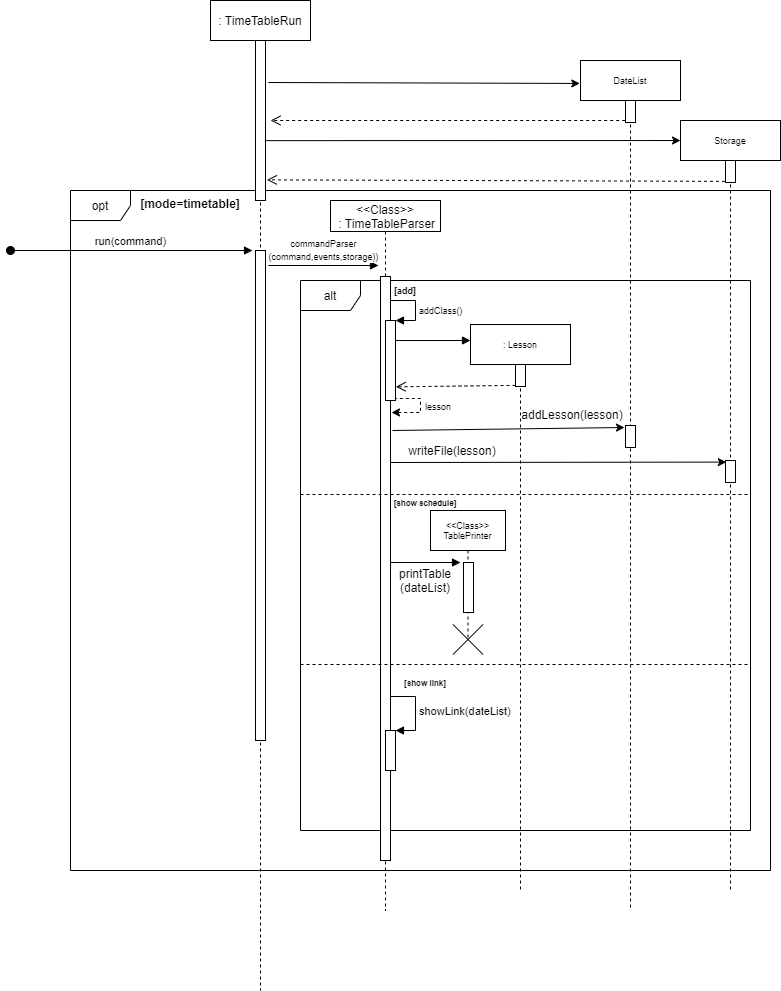
nus-cs2113-AY2021S1/tp keeps this draw.io diagram as docs/Images/timetable_sequence diagram.png. Above is the earlier version. Source tidied: cells renumbered, new cells last; positions are measured from the earlier drawing's top-left corner, leaving out a move shared by most shapes.
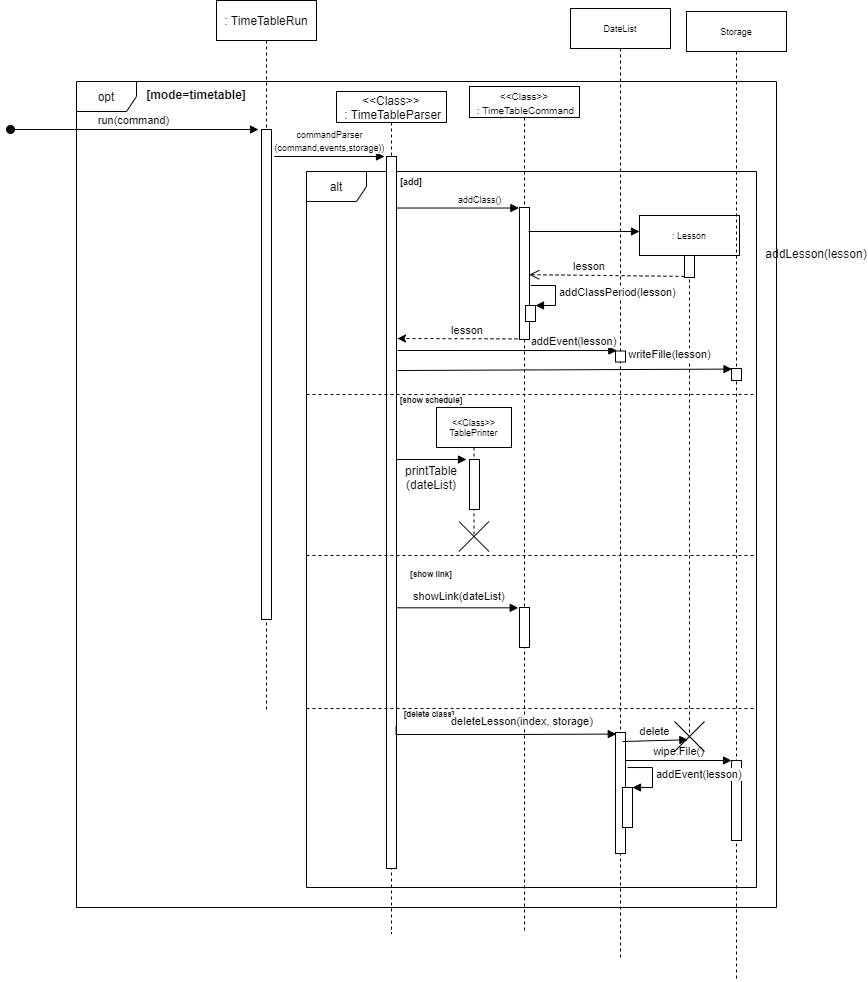
The same diagram one commit later.

Diff of the diagram source:
```diff
@@ -3,33 +3,33 @@
     <mxCell id="0" />
     <mxCell id="1" parent="0" />
     <mxCell id="2" value="opt" style="shape=umlFrame;whiteSpace=wrap;html=1;" parent="1" vertex="1">
-      <mxGeometry x="60" y="190" width="700" height="680" as="geometry" />
+      <mxGeometry x="60" y="190" width="700" height="826" as="geometry" />
     </mxCell>
+    <mxCell id="46" value="&lt;font style=&quot;font-size: 10px&quot;&gt;&amp;lt;&amp;lt;Class&amp;gt;&amp;gt;&lt;br&gt;&amp;nbsp;: TimeTableCommand&lt;/font&gt;" style="shape=umlLifeline;perimeter=lifelinePerimeter;whiteSpace=wrap;html=1;size=31;" parent="1" vertex="1">
+      <mxGeometry x="453" y="195" width="110" height="846" as="geometry" />
+    </mxCell>
     <mxCell id="3" value="alt" style="shape=umlFrame;whiteSpace=wrap;html=1;" parent="1" vertex="1">
-      <mxGeometry x="290" y="280" width="450" height="550" as="geometry" />
+      <mxGeometry x="290" y="280" width="450" height="716" as="geometry" />
     </mxCell>
     <mxCell id="4" value="[mode=timetable]" style="text;align=center;fontStyle=1;verticalAlign=middle;spacingLeft=3;spacingRight=3;strokeColor=none;" parent="1" vertex="1">
       <mxGeometry x="140" y="190" width="80" height="26" as="geometry" />
     </mxCell>
     <mxCell id="5" value=": TimeTableRun" style="shape=umlLifeline;perimeter=lifelinePerimeter;whiteSpace=wrap;html=1;" parent="1" vertex="1">
-      <mxGeometry x="200" width="100" height="990" as="geometry" />
+      <mxGeometry x="200" y="109" width="100" height="712" as="geometry" />
     </mxCell>
     <mxCell id="6" style="html=1;points=[];perimeter=orthogonalPerimeter;" parent="5" vertex="1">
-      <mxGeometry x="45" y="250" width="10" height="490" as="geometry" />
+      <mxGeometry x="45" y="129" width="10" height="490" as="geometry" />
     </mxCell>
     <mxCell id="7" value="run(command)" style="html=1;verticalAlign=bottom;startArrow=oval;endArrow=block;startSize=8;entryX=-0.3;entryY=0;entryDx=0;entryDy=0;entryPerimeter=0;" parent="5" edge="1" target="6">
       <mxGeometry x="-0.01" relative="1" as="geometry">
-        <mxPoint x="-200" y="250" as="sourcePoint" />
+        <mxPoint x="-206" y="129" as="sourcePoint" />
       </mxGeometry>
     </mxCell>
-    <mxCell id="8" style="html=1;points=[];perimeter=orthogonalPerimeter;" parent="5" vertex="1">
-      <mxGeometry x="45" y="40" width="10" height="160" as="geometry" />
-    </mxCell>
     <mxCell id="9" value="&amp;lt;&amp;lt;Class&amp;gt;&amp;gt;&lt;br&gt;&amp;nbsp;: TimeTableParser" style="shape=umlLifeline;perimeter=lifelinePerimeter;whiteSpace=wrap;html=1;size=31;" parent="1" vertex="1">
-      <mxGeometry x="320" y="200" width="110" height="710" as="geometry" />
+      <mxGeometry x="320" y="200" width="110" height="842" as="geometry" />
     </mxCell>
     <mxCell id="10" style="html=1;points=[];perimeter=orthogonalPerimeter;" parent="9" vertex="1">
-      <mxGeometry x="50" y="76" width="10" height="584" as="geometry" />
+      <mxGeometry x="50" y="65" width="10" height="712" as="geometry" />
     </mxCell>
     <mxCell id="11" value="&lt;font style=&quot;font-size: 9px&quot;&gt;commandParser&lt;br&gt;(command,events,storage))&lt;/font&gt;" style="html=1;verticalAlign=bottom;endArrow=block;entryX=0;entryY=0;" parent="1" edge="1">
       <mxGeometry relative="1" as="geometry">
@@ -38,53 +38,44 @@
       </mxGeometry>
     </mxCell>
     <mxCell id="12" style="line;strokeWidth=1;fillColor=none;align=left;verticalAlign=middle;spacingTop=-1;spacingLeft=3;spacingRight=3;labelPosition=right;dashed=1;" parent="1" vertex="1">
-      <mxGeometry x="290" y="490" width="450" height="8" as="geometry" />
+      <mxGeometry x="290" y="499" width="450" height="8" as="geometry" />
     </mxCell>
     <mxCell id="13" value="[add]" style="text;align=center;fontStyle=1;verticalAlign=middle;spacingLeft=3;spacingRight=3;strokeColor=none;fontSize=9;" parent="1" vertex="1">
       <mxGeometry x="355" y="277" width="80" height="26" as="geometry" />
     </mxCell>
     <mxCell id="14" value="[show schedule]" style="text;align=center;fontStyle=1;verticalAlign=middle;spacingLeft=3;spacingRight=3;strokeColor=none;fontSize=8;" parent="1" vertex="1">
-      <mxGeometry x="375" y="490" width="80" height="26" as="geometry" />
+      <mxGeometry x="375" y="496" width="80" height="26" as="geometry" />
     </mxCell>
-    <mxCell id="15" style="html=1;points=[];perimeter=orthogonalPerimeter;fontSize=9;" parent="1" vertex="1">
-      <mxGeometry x="375" y="320" width="10" height="80" as="geometry" />
-    </mxCell>
-    <mxCell id="16" value="addClass()" style="edgeStyle=orthogonalEdgeStyle;html=1;align=left;spacingLeft=2;endArrow=block;rounded=0;entryX=1;entryY=0;fontSize=9;" parent="1" edge="1" target="15">
-      <mxGeometry x="0.2" relative="1" as="geometry">
+    <mxCell id="16" value="addClass()" style="edgeStyle=orthogonalEdgeStyle;html=1;align=left;spacingLeft=2;endArrow=block;rounded=0;entryX=-0.059;entryY=0.004;fontSize=9;entryDx=0;entryDy=0;entryPerimeter=0;" parent="1" edge="1" target="15">
+      <mxGeometry x="0.14" y="9" relative="1" as="geometry">
         <mxPoint x="380" y="290" as="sourcePoint" />
         <Array as="points">
-          <mxPoint x="380" y="300" />
-          <mxPoint x="405" y="300" />
-          <mxPoint x="405" y="320" />
+          <mxPoint x="380" y="316" />
         </Array>
       </mxGeometry>
     </mxCell>
     <mxCell id="17" value=": Lesson" style="shape=umlLifeline;perimeter=lifelinePerimeter;whiteSpace=wrap;html=1;fontSize=9;" parent="1" vertex="1">
-      <mxGeometry x="460" y="324" width="100" height="566" as="geometry" />
+      <mxGeometry x="623" y="324" width="100" height="517" as="geometry" />
     </mxCell>
     <mxCell id="18" style="html=1;points=[];perimeter=orthogonalPerimeter;fontSize=9;" parent="17" vertex="1">
       <mxGeometry x="45" y="40" width="10" height="22" as="geometry" />
     </mxCell>
-    <mxCell id="19" style="html=1;verticalAlign=bottom;endArrow=block;fontSize=9;" parent="1" edge="1">
-      <mxGeometry relative="1" as="geometry">
-        <mxPoint x="385" y="340" as="sourcePoint" />
-        <mxPoint x="460" y="340" as="targetPoint" />
-      </mxGeometry>
-    </mxCell>
-    <mxCell id="20" style="html=1;verticalAlign=bottom;endArrow=open;dashed=1;endSize=8;exitX=0;exitY=0.95;fontSize=9;entryX=1.033;entryY=0.829;entryDx=0;entryDy=0;entryPerimeter=0;" parent="1" edge="1" source="18" target="15">
+    <mxCell id="20" style="html=1;verticalAlign=bottom;endArrow=open;dashed=1;endSize=8;exitX=0;exitY=0.95;fontSize=9;entryX=0.976;entryY=0.509;entryDx=0;entryDy=0;entryPerimeter=0;" parent="1" edge="1" source="18" target="15">
       <mxGeometry relative="1" as="geometry" />
     </mxCell>
     <mxCell id="21" value="&amp;lt;&amp;lt;Class&amp;gt;&amp;gt;&lt;br&gt;TablePrinter" style="shape=umlLifeline;perimeter=lifelinePerimeter;whiteSpace=wrap;html=1;fontSize=9;" parent="1" vertex="1">
-      <mxGeometry x="420" y="510" width="75" height="127" as="geometry" />
+      <mxGeometry x="420" y="516" width="75" height="127" as="geometry" />
     </mxCell>
     <mxCell id="22" style="html=1;points=[];perimeter=orthogonalPerimeter;" parent="21" vertex="1">
       <mxGeometry x="33" y="52" width="10" height="50" as="geometry" />
     </mxCell>
     <mxCell id="23" style="shape=umlDestroy;" parent="1" vertex="1">
-      <mxGeometry x="442.5" y="624" width="30" height="30" as="geometry" />
+      <mxGeometry x="442.5" y="630" width="30" height="30" as="geometry" />
     </mxCell>
-    <mxCell id="24" style="html=1;verticalAlign=bottom;endArrow=block;fontSize=9;entryX=-0.3;entryY=0;entryDx=0;entryDy=0;entryPerimeter=0;" parent="1" edge="1" source="10" target="22">
-      <mxGeometry relative="1" as="geometry" />
+    <mxCell id="24" style="html=1;verticalAlign=bottom;endArrow=block;fontSize=9;entryX=-0.3;entryY=0;entryDx=0;entryDy=0;entryPerimeter=0;" parent="1" edge="1" target="22">
+      <mxGeometry relative="1" as="geometry">
+        <mxPoint x="380" y="568" as="sourcePoint" />
+      </mxGeometry>
     </mxCell>
     <mxCell id="25" style="line;strokeWidth=1;fillColor=none;align=left;verticalAlign=middle;spacingTop=-1;spacingLeft=3;spacingRight=3;labelPosition=right;dashed=1;" parent="1" vertex="1">
       <mxGeometry x="290" y="660" width="450" height="8" as="geometry" />
@@ -93,85 +84,121 @@
       <mxGeometry x="375" y="670" width="80" height="26" as="geometry" />
     </mxCell>
     <mxCell id="27" value="DateList" style="shape=umlLifeline;perimeter=lifelinePerimeter;whiteSpace=wrap;html=1;outlineConnect=0;fontSize=9;" parent="1" vertex="1">
-      <mxGeometry x="570" y="60" width="100" height="850" as="geometry" />
+      <mxGeometry x="554" y="117" width="100" height="950" as="geometry" />
     </mxCell>
-    <mxCell id="28" style="html=1;perimeter=orthogonalPerimeter;fontSize=9;" parent="27" vertex="1">
-      <mxGeometry x="45" y="40" width="10" height="22" as="geometry" />
-    </mxCell>
     <mxCell id="29" style="html=1;points=[];perimeter=orthogonalPerimeter;fontSize=9;" parent="27" vertex="1">
-      <mxGeometry x="45" y="365" width="10" height="22" as="geometry" />
+      <mxGeometry x="45" y="342.5" width="10" height="11" as="geometry" />
     </mxCell>
+    <mxCell id="47" style="html=1;points=[];perimeter=orthogonalPerimeter;" parent="27" vertex="1">
+      <mxGeometry x="45" y="724" width="10" height="121" as="geometry" />
+    </mxCell>
     <mxCell id="30" style="endArrow=classic;html=1;exitX=1;exitY=0.996;exitDx=0;exitDy=0;exitPerimeter=0;rounded=0;edgeStyle=orthogonalEdgeStyle;dashed=1;" parent="1" edge="1" source="15">
       <mxGeometry relative="1" as="geometry">
-        <mxPoint x="381" y="412" as="targetPoint" />
+        <mxPoint x="381" y="447" as="targetPoint" />
         <Array as="points">
-          <mxPoint x="385" y="398" />
-          <mxPoint x="410" y="398" />
-          <mxPoint x="410" y="412" />
+          <mxPoint x="381" y="447" />
         </Array>
       </mxGeometry>
     </mxCell>
-    <mxCell id="31" value="&lt;font style=&quot;font-size: 9px&quot;&gt;lesson&lt;/font&gt;" style="text;html=1;strokeColor=none;fillColor=none;align=center;verticalAlign=middle;whiteSpace=wrap;rounded=0;" parent="1" vertex="1">
-      <mxGeometry x="412.5" y="400" width="30" height="10" as="geometry" />
-    </mxCell>
-    <mxCell id="32" style="endArrow=classic;html=1;" parent="1" edge="1">
-      <mxGeometry relative="1" as="geometry">
-        <mxPoint x="382" y="430" as="sourcePoint" />
-        <mxPoint x="614" y="427" as="targetPoint" />
-      </mxGeometry>
-    </mxCell>
     <mxCell id="33" value="Storage" style="shape=umlLifeline;perimeter=lifelinePerimeter;whiteSpace=wrap;html=1;outlineConnect=0;fontSize=9;" parent="1" vertex="1">
-      <mxGeometry x="670" y="120" width="100" height="770" as="geometry" />
+      <mxGeometry x="670" y="120" width="100" height="970" as="geometry" />
     </mxCell>
-    <mxCell id="34" style="html=1;points=[];perimeter=orthogonalPerimeter;fontSize=9;" parent="33" vertex="1">
-      <mxGeometry x="45" y="40" width="10" height="22" as="geometry" />
-    </mxCell>
     <mxCell id="35" style="html=1;points=[];perimeter=orthogonalPerimeter;fontSize=9;" parent="33" vertex="1">
-      <mxGeometry x="45" y="340" width="10" height="22" as="geometry" />
+      <mxGeometry x="45" y="357" width="10" height="12" as="geometry" />
     </mxCell>
-    <mxCell id="36" style="endArrow=classic;html=1;entryX=0.08;entryY=0.073;entryDx=0;entryDy=0;entryPerimeter=0;" parent="1" edge="1" target="35">
-      <mxGeometry relative="1" as="geometry">
-        <mxPoint x="380" y="462" as="sourcePoint" />
-      </mxGeometry>
-    </mxCell>
+    <mxCell id="48" style="html=1;points=[];perimeter=orthogonalPerimeter;fontSize=11;" parent="33" vertex="1">
+      <mxGeometry x="45" y="749" width="10" height="80" as="geometry" />
+    </mxCell>
     <mxCell id="37" value="addLesson(lesson)" style="text;html=1;strokeColor=none;fillColor=none;align=center;verticalAlign=middle;whiteSpace=wrap;rounded=0;" parent="1" vertex="1">
-      <mxGeometry x="542" y="404" width="40" height="20" as="geometry" />
+      <mxGeometry x="780" y="352" width="40" height="20" as="geometry" />
     </mxCell>
-    <mxCell id="38" value="writeFile(lesson)" style="text;html=1;strokeColor=none;fillColor=none;align=center;verticalAlign=middle;whiteSpace=wrap;rounded=0;" parent="1" vertex="1">
-      <mxGeometry x="421.5" y="440" width="40" height="20" as="geometry" />
-    </mxCell>
     <mxCell id="39" style="html=1;points=[];perimeter=orthogonalPerimeter;" parent="1" vertex="1">
-      <mxGeometry x="375" y="730" width="10" height="40" as="geometry" />
+      <mxGeometry x="503" y="716" width="10" height="40" as="geometry" />
     </mxCell>
-    <mxCell id="40" value="showLink(dateList)" style="edgeStyle=orthogonalEdgeStyle;html=1;align=left;spacingLeft=2;endArrow=block;rounded=0;entryX=1;entryY=0;" parent="1" edge="1" target="39">
-      <mxGeometry relative="1" as="geometry">
+    <mxCell id="40" value="showLink(dateList)" style="edgeStyle=orthogonalEdgeStyle;html=1;align=left;spacingLeft=2;endArrow=block;rounded=0;entryX=-0.128;entryY=0.008;entryDx=0;entryDy=0;entryPerimeter=0;" parent="1" edge="1" target="39">
+      <mxGeometry x="-0.53" y="11" relative="1" as="geometry">
         <mxPoint x="380" y="696" as="sourcePoint" />
         <Array as="points">
-          <mxPoint x="405" y="696" />
+          <mxPoint x="380" y="716" />
         </Array>
       </mxGeometry>
     </mxCell>
-    <mxCell id="41" style="endArrow=classic;html=1;entryX=-0.007;entryY=0.027;entryDx=0;entryDy=0;entryPerimeter=0;" parent="1" edge="1" target="27">
-      <mxGeometry relative="1" as="geometry">
-        <mxPoint x="258" y="82" as="sourcePoint" />
-      </mxGeometry>
-    </mxCell>
-    <mxCell id="42" style="html=1;verticalAlign=bottom;endArrow=open;dashed=1;endSize=8;exitX=0;exitY=0.95;fontSize=9;" parent="1" edge="1">
-      <mxGeometry relative="1" as="geometry">
-        <mxPoint x="614.7" y="120" as="sourcePoint" />
-        <mxPoint x="260" y="120" as="targetPoint" />
-      </mxGeometry>
-    </mxCell>
-    <mxCell id="43" style="endArrow=classic;html=1;entryX=0;entryY=0.026;entryDx=0;entryDy=0;entryPerimeter=0;" parent="1" edge="1" target="33">
-      <mxGeometry relative="1" as="geometry">
-        <mxPoint x="254.3" y="140.1" as="sourcePoint" />
-      </mxGeometry>
-    </mxCell>
-    <mxCell id="44" style="html=1;verticalAlign=bottom;endArrow=open;dashed=1;endSize=8;exitX=-0.048;exitY=0.948;fontSize=9;entryX=1.143;entryY=0.871;entryDx=0;entryDy=0;entryPerimeter=0;exitDx=0;exitDy=0;exitPerimeter=0;" parent="1" edge="1" source="34" target="8">
-      <mxGeometry relative="1" as="geometry" />
-    </mxCell>
     <mxCell id="45" value="printTable&lt;br&gt;(dateList)" style="text;html=1;strokeColor=none;fillColor=none;align=center;verticalAlign=middle;whiteSpace=wrap;rounded=0;" parent="1" vertex="1">
-      <mxGeometry x="395" y="570" width="40" height="20" as="geometry" />
+      <mxGeometry x="395" y="576" width="40" height="20" as="geometry" />
     </mxCell>
+    <mxCell id="15" style="html=1;points=[];perimeter=orthogonalPerimeter;fontSize=9;" parent="1" vertex="1">
+      <mxGeometry x="503" y="316" width="10" height="132" as="geometry" />
+    </mxCell>
+    <mxCell id="49" style="html=1;verticalAlign=bottom;endArrow=block;fontSize=9;" parent="1" edge="1">
+      <mxGeometry relative="1" as="geometry">
+        <mxPoint x="512" y="340" as="sourcePoint" />
+        <mxPoint x="623" y="340" as="targetPoint" />
+      </mxGeometry>
+    </mxCell>
+    <mxCell id="50" style="html=1;points=[];perimeter=orthogonalPerimeter;" parent="1" vertex="1">
+      <mxGeometry x="509" y="414" width="10" height="16" as="geometry" />
+    </mxCell>
+    <mxCell id="51" value="addClassPeriod(lesson)" style="edgeStyle=orthogonalEdgeStyle;html=1;align=left;spacingLeft=2;endArrow=block;rounded=0;entryX=1;entryY=0;" parent="1" edge="1" target="50">
+      <mxGeometry relative="1" as="geometry">
+        <mxPoint x="514" y="394" as="sourcePoint" />
+        <Array as="points">
+          <mxPoint x="539" y="394" />
+        </Array>
+      </mxGeometry>
+    </mxCell>
+    <mxCell id="52" value="lesson" style="text;align=center;fontStyle=0;verticalAlign=middle;spacingLeft=3;spacingRight=3;strokeColor=none;fontSize=11;" parent="1" vertex="1">
+      <mxGeometry x="533" y="361" width="80" height="26" as="geometry" />
+    </mxCell>
+    <mxCell id="53" value="lesson" style="text;align=center;fontStyle=0;verticalAlign=middle;spacingLeft=3;spacingRight=3;strokeColor=none;fontSize=11;" parent="1" vertex="1">
+      <mxGeometry x="411" y="425" width="80" height="26" as="geometry" />
+    </mxCell>
+    <mxCell id="54" value="addEvent(lesson)" style="html=1;verticalAlign=bottom;endArrow=block;fontSize=11;entryX=0.134;entryY=-0.041;entryDx=0;entryDy=0;entryPerimeter=0;" parent="1" edge="1" target="29">
+      <mxGeometry x="0.6" relative="1" as="geometry">
+        <mxPoint x="381" y="459" as="sourcePoint" />
+      </mxGeometry>
+    </mxCell>
+    <mxCell id="55" value="writeFille(lesson)" style="html=1;verticalAlign=bottom;endArrow=block;fontSize=11;entryX=0.052;entryY=0.049;entryDx=0;entryDy=0;entryPerimeter=0;" parent="1" edge="1" target="35">
+      <mxGeometry x="0.63" y="6" relative="1" as="geometry">
+        <mxPoint x="381" y="479" as="sourcePoint" />
+      </mxGeometry>
+    </mxCell>
+    <mxCell id="56" style="line;strokeWidth=1;fillColor=none;align=left;verticalAlign=middle;spacingTop=-1;spacingLeft=3;spacingRight=3;labelPosition=right;dashed=1;" parent="1" vertex="1">
+      <mxGeometry x="290" y="813" width="450" height="8" as="geometry" />
+    </mxCell>
+    <mxCell id="57" value="[delete class]" style="text;align=center;fontStyle=1;verticalAlign=middle;spacingLeft=3;spacingRight=3;strokeColor=none;fontSize=8;" parent="1" vertex="1">
+      <mxGeometry x="373" y="810" width="80" height="26" as="geometry" />
+    </mxCell>
+    <mxCell id="58" value="deleteLesson(index, storage)" style="edgeStyle=orthogonalEdgeStyle;html=1;align=left;spacingLeft=2;endArrow=block;rounded=0;entryX=0.079;entryY=0.032;entryDx=0;entryDy=0;entryPerimeter=0;exitX=0.956;exitY=0.816;exitDx=0;exitDy=0;exitPerimeter=0;" parent="1" edge="1">
+      <mxGeometry x="-0.48" y="13" relative="1" as="geometry">
+        <mxPoint x="379.6" y="835" as="sourcePoint" />
+        <mxPoint x="599.8" y="842.6" as="targetPoint" />
+        <Array as="points">
+          <mxPoint x="380" y="843" />
+          <mxPoint x="490" y="843" />
+        </Array>
+      </mxGeometry>
+    </mxCell>
+    <mxCell id="59" value="wipe.File()" style="html=1;verticalAlign=bottom;endArrow=block;entryX=0;entryY=0;fontSize=11;" parent="1" edge="1" source="47" target="48">
+      <mxGeometry relative="1" as="geometry" />
+    </mxCell>
+    <mxCell id="60" style="html=1;points=[];perimeter=orthogonalPerimeter;fontSize=11;" parent="1" vertex="1">
+      <mxGeometry x="606" y="896" width="10" height="40" as="geometry" />
+    </mxCell>
+    <mxCell id="61" value="addEvent(lesson)" style="edgeStyle=orthogonalEdgeStyle;html=1;align=left;spacingLeft=2;endArrow=block;rounded=0;entryX=1;entryY=0;fontSize=11;" parent="1" edge="1" target="60">
+      <mxGeometry relative="1" as="geometry">
+        <mxPoint x="611" y="876" as="sourcePoint" />
+        <Array as="points">
+          <mxPoint x="636" y="876" />
+        </Array>
+      </mxGeometry>
+    </mxCell>
+    <mxCell id="62" value="delete" style="html=1;verticalAlign=bottom;endArrow=block;fontSize=11;entryX=0.446;entryY=0.609;entryDx=0;entryDy=0;entryPerimeter=0;" parent="1" edge="1" target="63">
+      <mxGeometry relative="1" as="geometry">
+        <mxPoint x="606" y="850" as="sourcePoint" />
+      </mxGeometry>
+    </mxCell>
+    <mxCell id="63" style="shape=umlDestroy;" parent="1" vertex="1">
+      <mxGeometry x="658" y="830" width="30" height="30" as="geometry" />
+    </mxCell>
   </root>
 </mxGraphModel>
```
